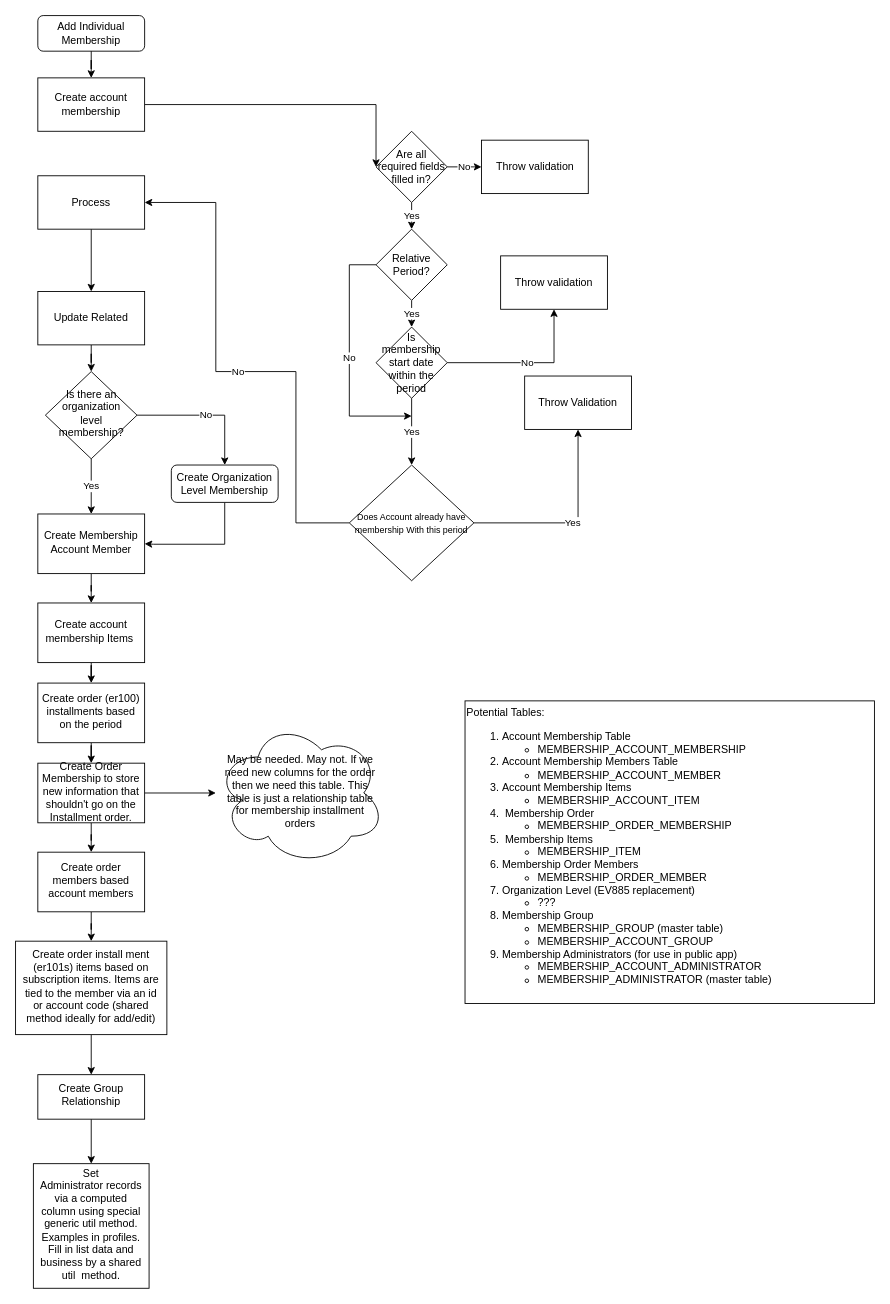
shelbyharris/Membership keeps this draw.io diagram as MembershipAddIndividual.drawio. Above is the earlier version. Source tidied: cells renumbered, new cells numbered last; positions are measured from the earlier drawing's top-left corner, leaving out a move shared by most shapes. Both pictures are drawn from the tidied source at 89%, with x=0, y=0 at pixel (15, 15).
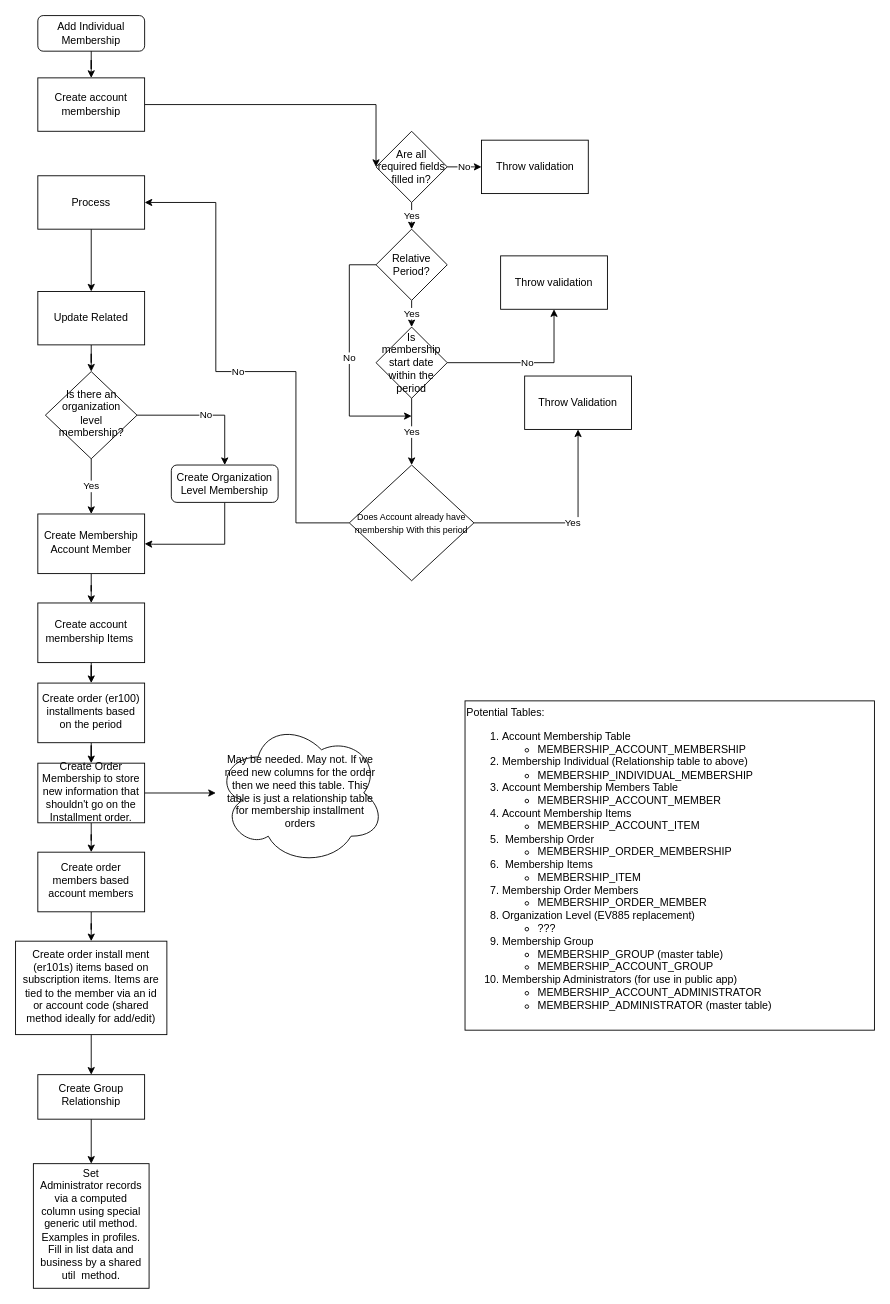
Above is the later version.

Change to the diagram source:
```diff
@@
-    <mxCell id="45" value="Potential Tables:&lt;br&gt;&lt;ol&gt;&lt;li&gt;Account Membership Table&lt;br&gt;&lt;/li&gt;&lt;ul&gt;&lt;li&gt;&lt;span&gt;MEMBERSHIP_ACCOUNT_MEMBERSHIP&lt;/span&gt;&lt;/li&gt;&lt;/ul&gt;&lt;li&gt;Account Membership Members Table&lt;/li&gt;&lt;ul&gt;&lt;li&gt;&lt;span&gt;MEMBERSHIP_ACCOUNT_MEMBER&lt;/span&gt;&lt;/li&gt;&lt;/ul&gt;&lt;li&gt;Account Membership Items&lt;/li&gt;&lt;ul&gt;&lt;li&gt;MEMBERSHIP_ACCOUNT_ITEM&lt;/li&gt;&lt;/ul&gt;&lt;li&gt;&amp;nbsp;Membership Order&lt;/li&gt;&lt;ul&gt;&lt;li&gt;&lt;span&gt;MEMBERSHIP_ORDER_MEMBERSHIP&lt;/span&gt;&lt;/li&gt;&lt;/ul&gt;&lt;li&gt;&amp;nbsp;Membership Items&lt;/li&gt;&lt;ul&gt;&lt;li&gt;MEMBERSHIP_ITEM&lt;/li&gt;&lt;/ul&gt;&lt;li&gt;Membership Order Members&lt;/li&gt;&lt;ul&gt;&lt;li&gt;&lt;span&gt;MEMBERSHIP_ORDER_MEMBER&lt;/span&gt;&lt;/li&gt;&lt;/ul&gt;&lt;li&gt;Organization Level (EV885 replacement)&lt;/li&gt;&lt;ul&gt;&lt;li&gt;???&lt;/li&gt;&lt;/ul&gt;&lt;li&gt;Membership Group&lt;/li&gt;&lt;ul&gt;&lt;li&gt;MEMBERSHIP_GROUP (master table)&lt;/li&gt;&lt;li&gt;MEMBERSHIP_ACCOUNT_GROUP&lt;/li&gt;&lt;/ul&gt;&lt;li&gt;Membership Administrators (for use in public app)&lt;/li&gt;&lt;ul&gt;&lt;li&gt;MEMBERSHIP_ACCOUNT_ADMINISTRATOR&lt;/li&gt;&lt;li&gt;MEMBERSHIP_ADMINISTRATOR (master table)&lt;/li&gt;&lt;/ul&gt;&lt;/ol&gt;" style="rounded=0;whiteSpace=wrap;html=1;align=left;horizontal=1;verticalAlign=top;" parent="1" vertex="1">
-      <mxGeometry x="505" y="770" width="460" height="340" as="geometry" />
+    <mxCell id="45" value="Potential Tables:&lt;br&gt;&lt;ol&gt;&lt;li&gt;Account Membership Table&lt;br&gt;&lt;/li&gt;&lt;ul&gt;&lt;li&gt;&lt;span&gt;MEMBERSHIP_ACCOUNT_MEMBERSHIP&lt;/span&gt;&lt;/li&gt;&lt;/ul&gt;&lt;li&gt;Membership Individual (Relationship table to above)&lt;/li&gt;&lt;ul&gt;&lt;li&gt;MEMBERSHIP_INDIVIDUAL_MEMBERSHIP&lt;/li&gt;&lt;/ul&gt;&lt;li&gt;Account Membership Members Table&lt;/li&gt;&lt;ul&gt;&lt;li&gt;&lt;span&gt;MEMBERSHIP_ACCOUNT_MEMBER&lt;/span&gt;&lt;/li&gt;&lt;/ul&gt;&lt;li&gt;Account Membership Items&lt;/li&gt;&lt;ul&gt;&lt;li&gt;MEMBERSHIP_ACCOUNT_ITEM&lt;/li&gt;&lt;/ul&gt;&lt;li&gt;&amp;nbsp;Membership Order&lt;/li&gt;&lt;ul&gt;&lt;li&gt;&lt;span&gt;MEMBERSHIP_ORDER_MEMBERSHIP&lt;/span&gt;&lt;/li&gt;&lt;/ul&gt;&lt;li&gt;&amp;nbsp;Membership Items&lt;/li&gt;&lt;ul&gt;&lt;li&gt;MEMBERSHIP_ITEM&lt;/li&gt;&lt;/ul&gt;&lt;li&gt;Membership Order Members&lt;/li&gt;&lt;ul&gt;&lt;li&gt;&lt;span&gt;MEMBERSHIP_ORDER_MEMBER&lt;/span&gt;&lt;/li&gt;&lt;/ul&gt;&lt;li&gt;Organization Level (EV885 replacement)&lt;/li&gt;&lt;ul&gt;&lt;li&gt;???&lt;/li&gt;&lt;/ul&gt;&lt;li&gt;Membership Group&lt;/li&gt;&lt;ul&gt;&lt;li&gt;MEMBERSHIP_GROUP (master table)&lt;/li&gt;&lt;li&gt;MEMBERSHIP_ACCOUNT_GROUP&lt;/li&gt;&lt;/ul&gt;&lt;li&gt;Membership Administrators (for use in public app)&lt;/li&gt;&lt;ul&gt;&lt;li&gt;MEMBERSHIP_ACCOUNT_ADMINISTRATOR&lt;/li&gt;&lt;li&gt;MEMBERSHIP_ADMINISTRATOR (master table)&lt;/li&gt;&lt;/ul&gt;&lt;/ol&gt;" style="rounded=0;whiteSpace=wrap;html=1;align=left;horizontal=1;verticalAlign=top;" parent="1" vertex="1">
+      <mxGeometry x="505" y="770" width="460" height="370" as="geometry" />
     </mxCell>
```
